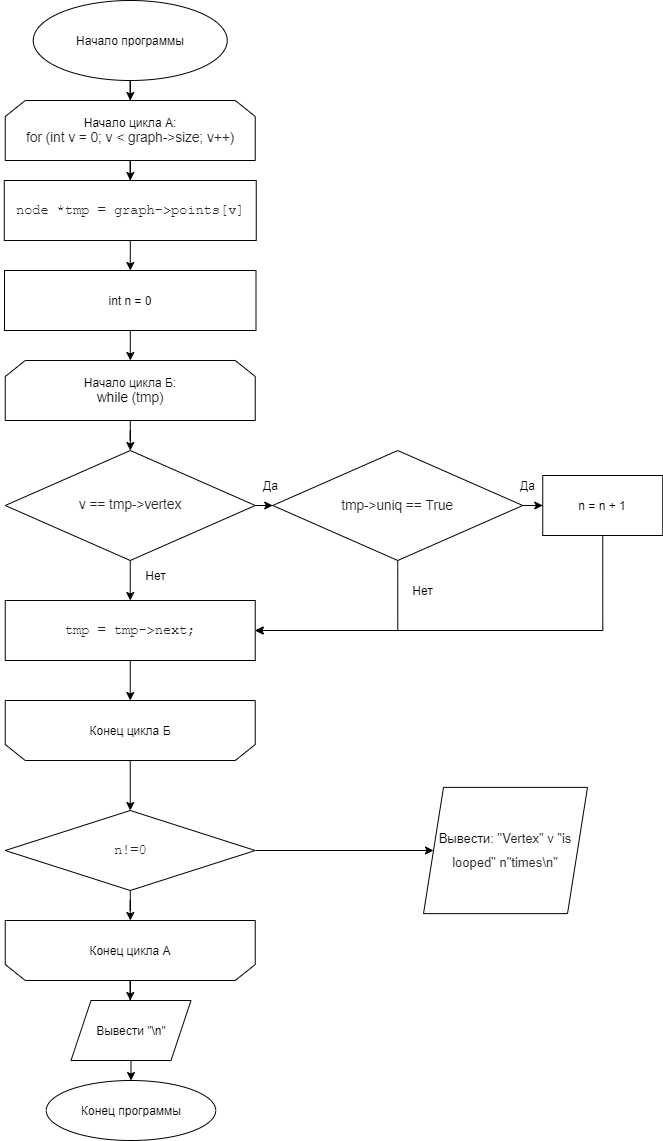
Kobanoss/FLaTA keeps this draw.io diagram as graph_flata/find_loop.png. Above is the earlier version. Source tidied: cells renumbered, new cells last; positions are measured from the earlier drawing's top-left corner, leaving out a move shared by most shapes.
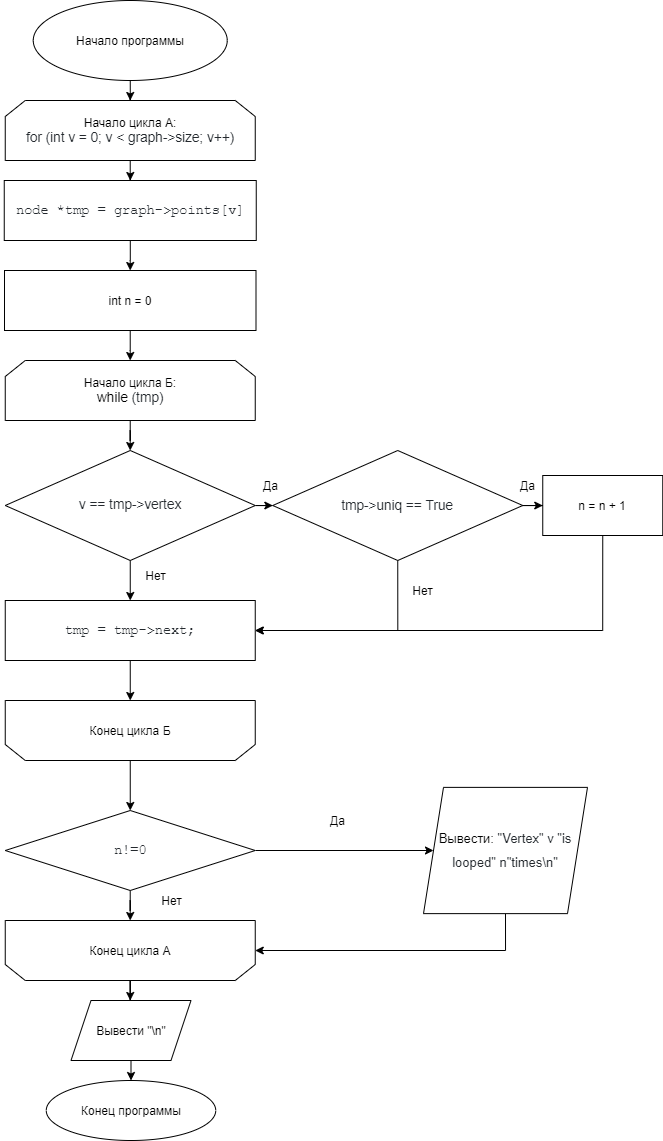
Above is the later version.

Change to the diagram source:
```diff
@@ -71,6 +71,9 @@
     <mxCell id="24" value="&lt;pre style=&quot;box-sizing: border-box ; font-family: , &amp;#34;consolas&amp;#34; , &amp;#34;liberation mono&amp;#34; , &amp;#34;menlo&amp;#34; , monospace ; font-size: 13.6px ; margin-top: 0px ; margin-bottom: 0px ; overflow-wrap: normal ; padding: 16px ; overflow: auto ; line-height: 1.45 ; border-radius: 6px ; word-break: normal ; color: rgb(36 , 41 , 46)&quot;&gt;n!=&lt;span class=&quot;pl-c1&quot; style=&quot;box-sizing: border-box&quot;&gt;0&lt;/span&gt;&lt;/pre&gt;" style="rhombus;whiteSpace=wrap;html=1;" parent="1" vertex="1">
       <mxGeometry x="0.8" y="810" width="250" height="80" as="geometry" />
     </mxCell>
+    <mxCell id="37" style="edgeStyle=orthogonalEdgeStyle;rounded=0;jettySize=auto;html=1;exitX=0.5;exitY=1;exitDx=0;exitDy=0;entryX=0;entryY=0.5;entryDx=0;entryDy=0;" parent="1" edge="1" source="25" target="35">
+      <mxGeometry relative="1" as="geometry" />
+    </mxCell>
     <mxCell id="25" value="&lt;p style=&quot;line-height: 190% ; font-size: 13px&quot;&gt;Вывести:&amp;nbsp;&lt;span class=&quot;pl-pds&quot; style=&quot;color: rgb(36 , 41 , 46) ; box-sizing: border-box&quot;&gt;&quot;&lt;/span&gt;&lt;span style=&quot;color: rgb(36 , 41 , 46)&quot;&gt;Vertex&quot;&amp;nbsp;&lt;/span&gt;&lt;span style=&quot;color: rgb(36 , 41 , 46)&quot;&gt;v&amp;nbsp;&lt;/span&gt;&lt;span style=&quot;color: rgb(36 , 41 , 46)&quot;&gt;&quot;is looped&quot;&amp;nbsp;&lt;/span&gt;&lt;span style=&quot;color: rgb(36 , 41 , 46)&quot;&gt;n&lt;/span&gt;&lt;span style=&quot;color: rgb(36 , 41 , 46)&quot;&gt;&quot;times\n&lt;/span&gt;&lt;span class=&quot;pl-pds&quot; style=&quot;color: rgb(36 , 41 , 46) ; box-sizing: border-box&quot;&gt;&quot;&lt;/span&gt;&lt;/p&gt;&lt;p&gt;&lt;/p&gt;" style="shape=parallelogram;perimeter=parallelogramPerimeter;whiteSpace=wrap;html=1;fixedSize=1;" parent="1" vertex="1">
       <mxGeometry x="419" y="786.9" width="164" height="126.2" as="geometry" />
     </mxCell>
@@ -109,5 +112,11 @@
     <mxCell id="36" value="Конец программы" style="ellipse;whiteSpace=wrap;html=1;" parent="1" vertex="1">
       <mxGeometry x="41.8" y="1080" width="169.5" height="60" as="geometry" />
     </mxCell>
+    <mxCell id="38" value="Да" style="text;html=1;align=center;verticalAlign=middle;" parent="1" vertex="1">
+      <mxGeometry x="317.5" y="810" width="30" height="20" as="geometry" />
+    </mxCell>
+    <mxCell id="39" value="Нет" style="text;html=1;align=center;verticalAlign=middle;" parent="1" vertex="1">
+      <mxGeometry x="146.5" y="890" width="40" height="20" as="geometry" />
+    </mxCell>
   </root>
 </mxGraphModel>
```
